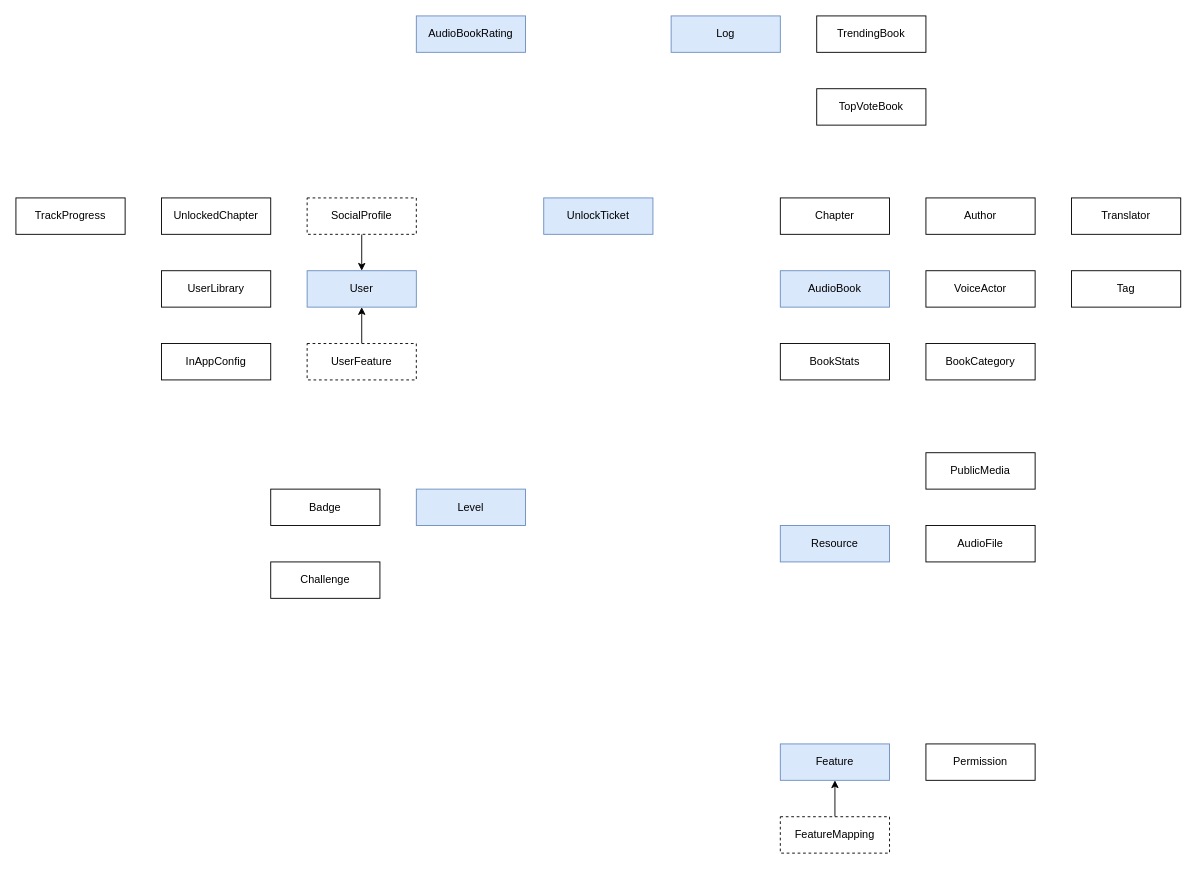
Before: page "Entities" (1 of 2) of docs/entity.schema.drawio in duonghoainam/tien-am, a draw.io diagram. Source tidied: cells renumbered, new cells numbered last; positions are measured from the earlier drawing's top-left corner, leaving out a move shared by most shapes. Both pictures are drawn from the tidied source at 91%, with x=0, y=0 at pixel (15, 15).
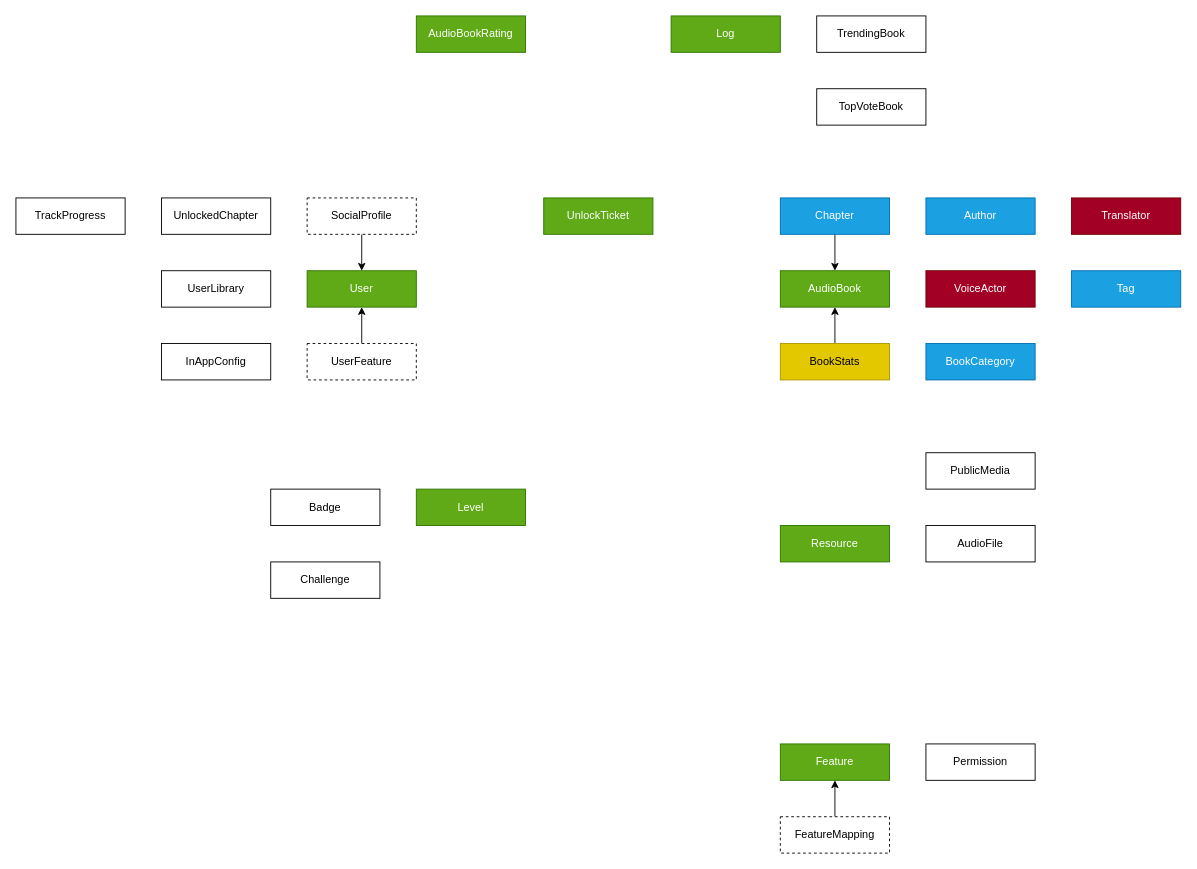
Above is the later version.

Diff of the diagram source:
```diff
@@
-    <mxCell id="2" value="User" style="rounded=0;whiteSpace=wrap;html=1;fillColor=#dae8fc;strokeColor=#6c8ebf;" parent="1" vertex="1">
+    <mxCell id="2" value="User" style="rounded=0;whiteSpace=wrap;html=1;fillColor=#60a917;strokeColor=#2D7600;fontColor=#ffffff;" parent="1" vertex="1">
       <mxGeometry x="320" y="280" width="120" height="40" as="geometry" />
     </mxCell>
-    <mxCell id="3" value="Author" style="rounded=0;whiteSpace=wrap;html=1;" parent="1" vertex="1">
+    <mxCell id="3" value="Author" style="rounded=0;whiteSpace=wrap;html=1;fillColor=#1ba1e2;fontColor=#ffffff;strokeColor=#006EAF;" parent="1" vertex="1">
       <mxGeometry x="1000" y="200" width="120" height="40" as="geometry" />
     </mxCell>
-    <mxCell id="4" value="VoiceActor" style="rounded=0;whiteSpace=wrap;html=1;" parent="1" vertex="1">
+    <mxCell id="4" value="VoiceActor" style="rounded=0;whiteSpace=wrap;html=1;fillColor=#a20025;fontColor=#ffffff;strokeColor=#6F0000;" parent="1" vertex="1">
       <mxGeometry x="1000" y="280" width="120" height="40" as="geometry" />
     </mxCell>
-    <mxCell id="5" value="AudioBook" style="rounded=0;whiteSpace=wrap;html=1;fillColor=#dae8fc;strokeColor=#6c8ebf;" parent="1" vertex="1">
+    <mxCell id="5" value="AudioBook" style="rounded=0;whiteSpace=wrap;html=1;fillColor=#60a917;strokeColor=#2D7600;fontColor=#ffffff;" parent="1" vertex="1">
       <mxGeometry x="840" y="280" width="120" height="40" as="geometry" />
     </mxCell>
+    <mxCell id="34" style="edgeStyle=none;html=1;exitX=0.5;exitY=1;exitDx=0;exitDy=0;entryX=0.5;entryY=0;entryDx=0;entryDy=0;" parent="1" edge="1" source="6" target="5">
+      <mxGeometry relative="1" as="geometry" />
+    </mxCell>
-    <mxCell id="6" value="Chapter" style="rounded=0;whiteSpace=wrap;html=1;" parent="1" vertex="1">
+    <mxCell id="6" value="Chapter" style="rounded=0;whiteSpace=wrap;html=1;fillColor=#1ba1e2;fontColor=#ffffff;strokeColor=#006EAF;" parent="1" vertex="1">
       <mxGeometry x="840" y="200" width="120" height="40" as="geometry" />
     </mxCell>
-    <mxCell id="7" value="AudioBookRating" style="rounded=0;whiteSpace=wrap;html=1;fillColor=#dae8fc;strokeColor=#6c8ebf;" parent="1" vertex="1">
+    <mxCell id="7" value="AudioBookRating" style="rounded=0;whiteSpace=wrap;html=1;fillColor=#60a917;strokeColor=#2D7600;fontColor=#ffffff;" parent="1" vertex="1">
       <mxGeometry x="440" width="120" height="40" as="geometry" />
     </mxCell>
@@
-    <mxCell id="10" value="BookCategory" style="rounded=0;whiteSpace=wrap;html=1;" parent="1" vertex="1">
+    <mxCell id="10" value="BookCategory" style="rounded=0;whiteSpace=wrap;html=1;fillColor=#1ba1e2;fontColor=#ffffff;strokeColor=#006EAF;" parent="1" vertex="1">
       <mxGeometry x="1000" y="360" width="120" height="40" as="geometry" />
     </mxCell>
@@
-    <mxCell id="12" value="Log" style="rounded=0;whiteSpace=wrap;html=1;fillColor=#dae8fc;strokeColor=#6c8ebf;" parent="1" vertex="1">
+    <mxCell id="12" value="Log" style="rounded=0;whiteSpace=wrap;html=1;fillColor=#60a917;strokeColor=#2D7600;fontColor=#ffffff;" parent="1" vertex="1">
       <mxGeometry x="720" width="120" height="40" as="geometry" />
     </mxCell>
@@
-    <mxCell id="14" value="Tag" style="rounded=0;whiteSpace=wrap;html=1;" parent="1" vertex="1">
+    <mxCell id="14" value="Tag" style="rounded=0;whiteSpace=wrap;html=1;fillColor=#1ba1e2;fontColor=#ffffff;strokeColor=#006EAF;" parent="1" vertex="1">
       <mxGeometry x="1160" y="280" width="120" height="40" as="geometry" />
     </mxCell>
@@
-    <mxCell id="16" value="Translator" style="rounded=0;whiteSpace=wrap;html=1;" parent="1" vertex="1">
+    <mxCell id="16" value="Translator" style="rounded=0;whiteSpace=wrap;html=1;fillColor=#a20025;fontColor=#ffffff;strokeColor=#6F0000;" parent="1" vertex="1">
       <mxGeometry x="1160" y="200" width="120" height="40" as="geometry" />
     </mxCell>
-    <mxCell id="17" value="Level" style="rounded=0;whiteSpace=wrap;html=1;fillColor=#dae8fc;strokeColor=#6c8ebf;" parent="1" vertex="1">
+    <mxCell id="17" value="Level" style="rounded=0;whiteSpace=wrap;html=1;fillColor=#60a917;strokeColor=#2D7600;fontColor=#ffffff;" parent="1" vertex="1">
       <mxGeometry x="440" y="520" width="120" height="40" as="geometry" />
     </mxCell>
@@
-    <mxCell id="20" value="Feature" style="rounded=0;whiteSpace=wrap;html=1;fillColor=#dae8fc;strokeColor=#6c8ebf;" parent="1" vertex="1">
+    <mxCell id="20" value="Feature" style="rounded=0;whiteSpace=wrap;html=1;fillColor=#60a917;strokeColor=#2D7600;fontColor=#ffffff;" parent="1" vertex="1">
       <mxGeometry x="840" y="800" width="120" height="40" as="geometry" />
     </mxCell>
@@
-    <mxCell id="25" value="UnlockTicket" style="rounded=0;whiteSpace=wrap;html=1;fillColor=#dae8fc;strokeColor=#6c8ebf;" parent="1" vertex="1">
+    <mxCell id="25" value="UnlockTicket" style="rounded=0;whiteSpace=wrap;html=1;fillColor=#60a917;strokeColor=#2D7600;fontColor=#ffffff;" parent="1" vertex="1">
       <mxGeometry x="580" y="200" width="120" height="40" as="geometry" />
     </mxCell>
@@
-    <mxCell id="30" value="Resource" style="rounded=0;whiteSpace=wrap;html=1;fillColor=#dae8fc;strokeColor=#6c8ebf;" parent="1" vertex="1">
+    <mxCell id="30" value="Resource" style="rounded=0;whiteSpace=wrap;html=1;fillColor=#60a917;strokeColor=#2D7600;fontColor=#ffffff;" parent="1" vertex="1">
       <mxGeometry x="840" y="560" width="120" height="40" as="geometry" />
     </mxCell>
@@
+    <mxCell id="35" style="edgeStyle=none;html=1;entryX=0.5;entryY=1;entryDx=0;entryDy=0;" parent="1" edge="1" source="33" target="5">
+      <mxGeometry relative="1" as="geometry" />
+    </mxCell>
-    <mxCell id="33" value="BookStats" style="rounded=0;whiteSpace=wrap;html=1;" parent="1" vertex="1">
+    <mxCell id="33" value="BookStats" style="rounded=0;whiteSpace=wrap;html=1;fillColor=#e3c800;fontColor=#000000;strokeColor=#B09500;" parent="1" vertex="1">
       <mxGeometry x="840" y="360" width="120" height="40" as="geometry" />
     </mxCell>
```
